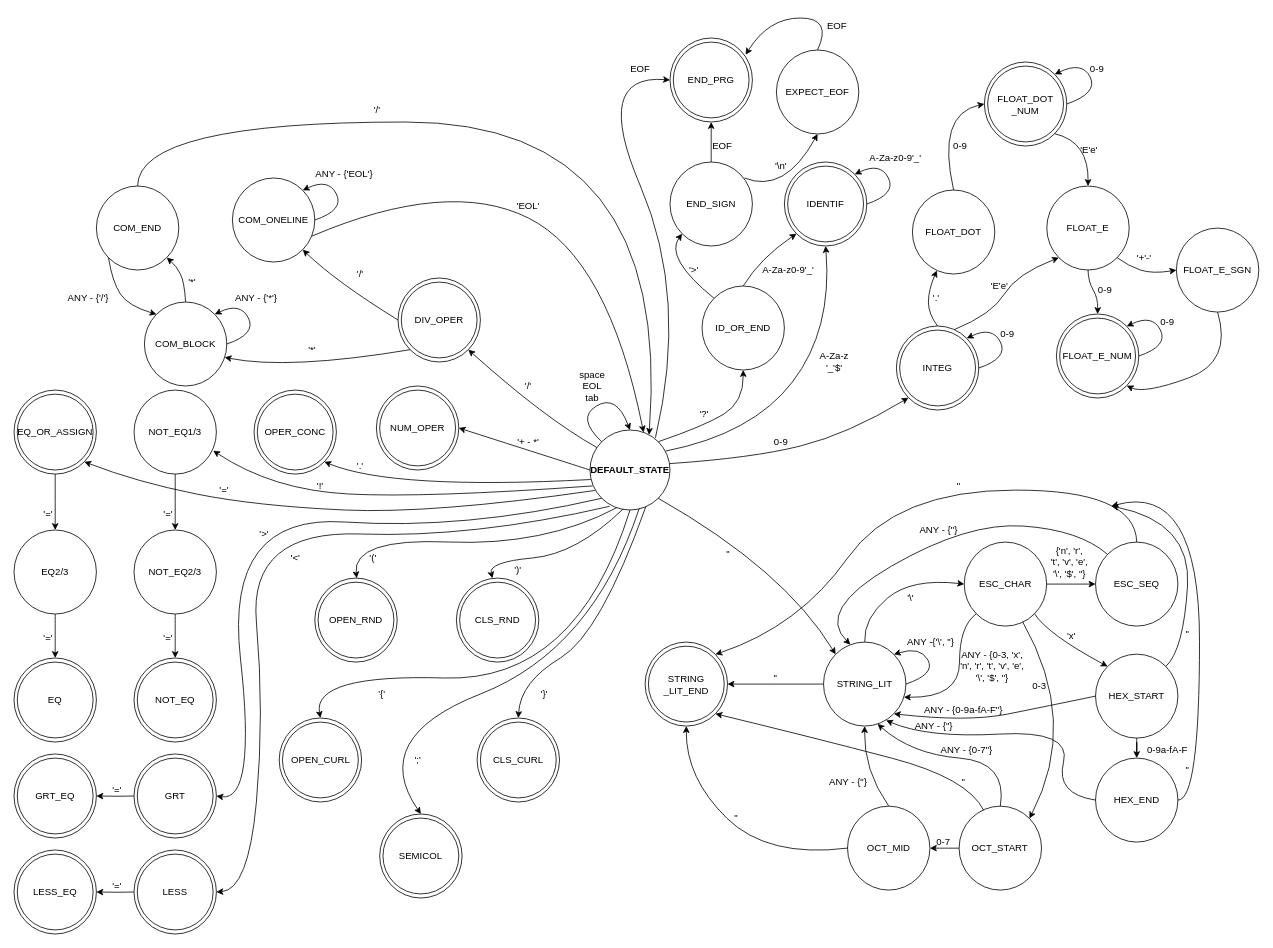
Above: info/DFSM-pro-scanner.drawio in Daniel-Jacobs-FIT/projekt_prekladac (draw.io), before the change. Source tidied: cells renumbered, new cells numbered last; positions are measured from the earlier drawing's top-left corner, leaving out a move shared by most shapes. Both pictures are drawn from the tidied source at 80%, with x=0, y=0 at pixel (14, 14).
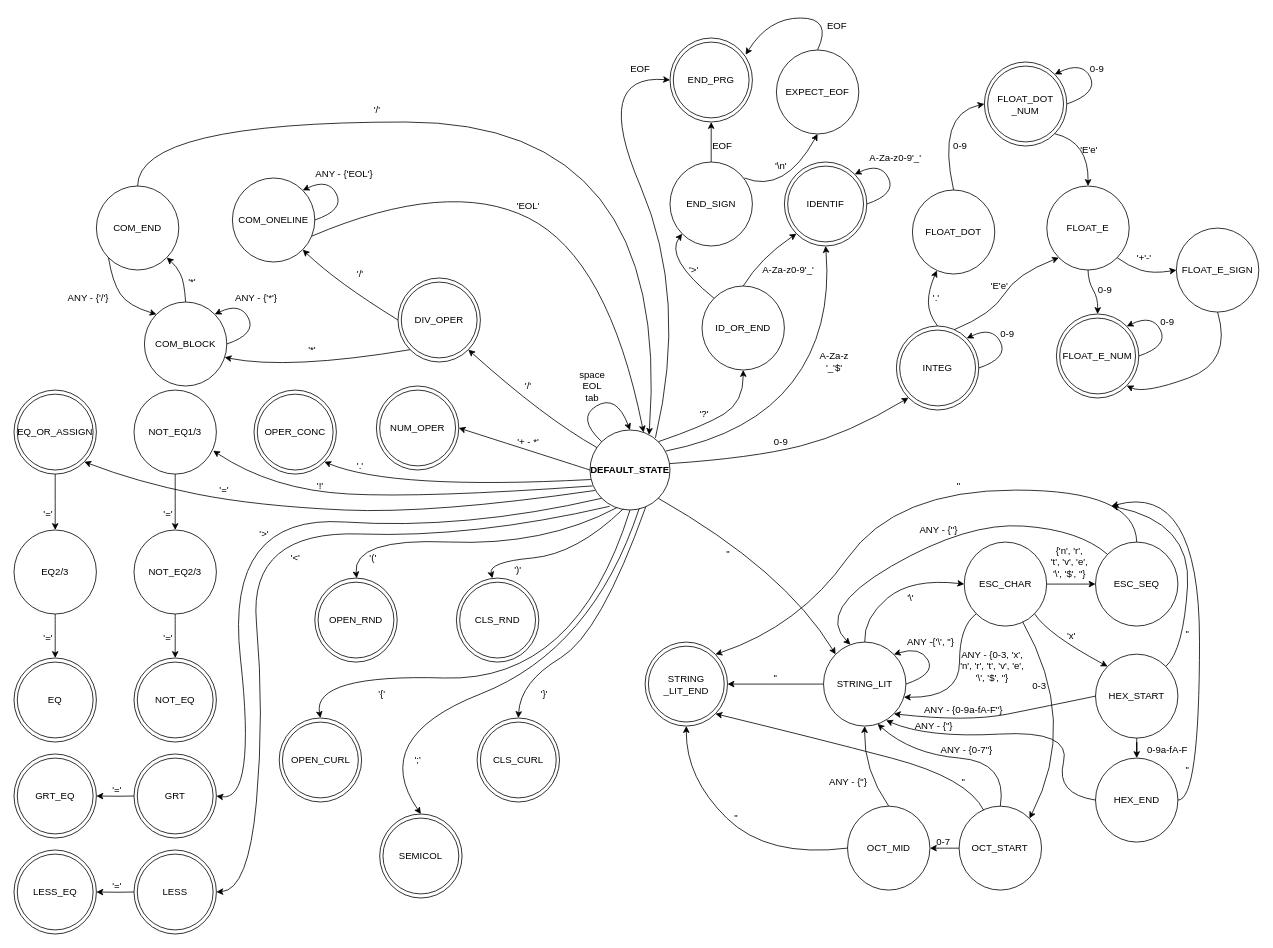
The same diagram, later.

Commit message:
opraveni preklepu SGN na SIGN ve stavu float_e_sign

Change to the diagram source:
```diff
@@
-    <mxCell id="131" value="FLOAT_E_SGN" style="ellipse;whiteSpace=wrap;html=1;" parent="1" vertex="1">
+    <mxCell id="131" value="FLOAT_E_SIGN" style="ellipse;whiteSpace=wrap;html=1;" parent="1" vertex="1">
       <mxGeometry x="1453" y="267.6" width="103" height="105" as="geometry" />
     </mxCell>
```
